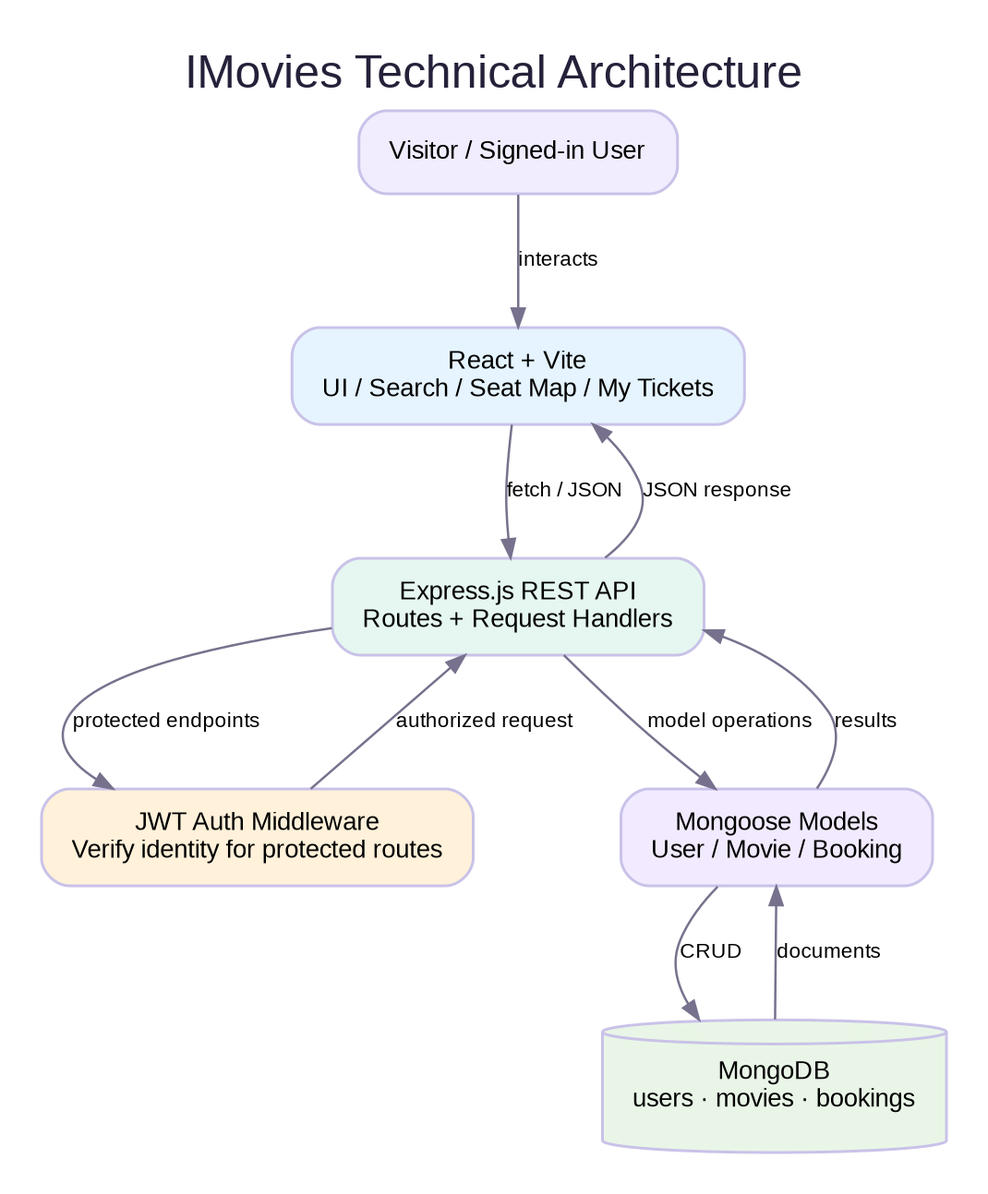
AmayGuptaEN24CS3010116/IMovies keeps this Graphviz diagram as assets/diagrams/technical-architecture.png. Above is the earlier version. Its source is kept beside it as assets/diagrams/technical-architecture.dot.
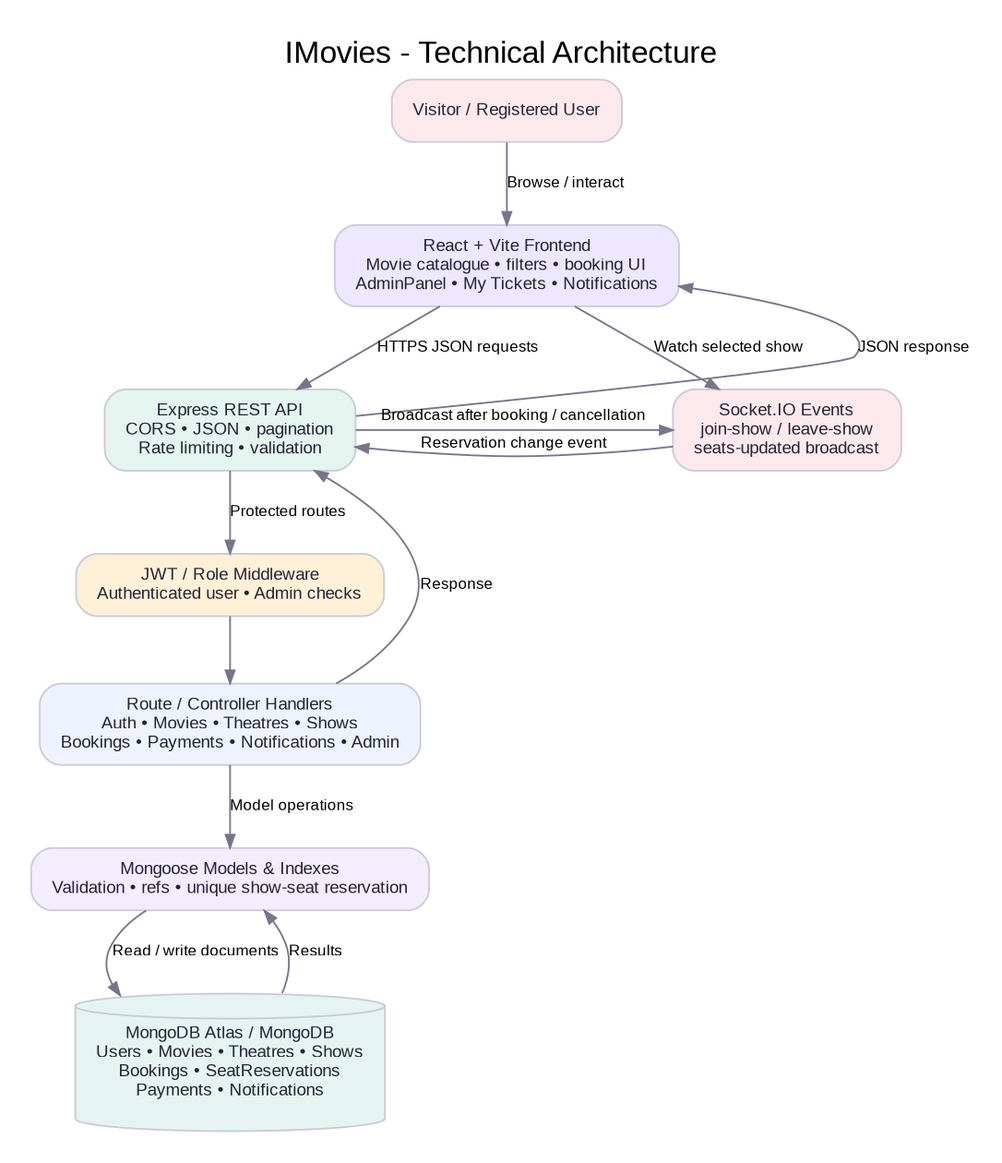
Above is the later version.

The edit, as a diff of the source:
```diff
@@ -1,20 +1,25 @@
-digraph G {
-  graph [rankdir=TB, bgcolor="white", pad="0.25", nodesep="0.55", ranksep="0.65", label="IMovies Technical Architecture", labelloc=t, fontsize=20, fontname="Arial", fontcolor="#25213A"];
-  node [shape=box, style="rounded,filled", fontname="Arial", fontsize=11, margin="0.18,0.12", color="#C9C2E8", penwidth=1.2];
-  edge [fontname="Arial", fontsize=9, color="#77718D", arrowsize=0.8];
-  user [label="Visitor / Signed-in User", fillcolor="#F1EDFF"];
-  react [label="React + Vite\nUI / Search / Seat Map / My Tickets", fillcolor="#E5F4FF"];
-  express [label="Express.js REST API\nRoutes + Request Handlers", fillcolor="#E5F7F0"];
-  auth [label="JWT Auth Middleware\nVerify identity for protected routes", fillcolor="#FFF1DA"];
-  mongoose [label="Mongoose Models\nUser / Movie / Booking", fillcolor="#F2EAFE"];
-  mongo [shape=cylinder,label="MongoDB\nusers · movies · bookings", fillcolor="#E9F6E7"];
-  user -> react [label="interacts"];
-  react -> express [label="fetch / JSON"];
-  express -> auth [label="protected endpoints"];
-  auth -> express [label="authorized request"];
-  express -> mongoose [label="model operations"];
-  mongoose -> mongo [label="CRUD"];
-  mongo -> mongoose [label="documents"];
-  mongoose -> express [label="results"];
-  express -> react [label="JSON response", constraint=false];
+digraph IMoviesArchitecture {
+  graph [rankdir=TB, bgcolor="#ffffff", pad="0.25", nodesep="0.42", ranksep="0.52", fontname="Arial", label="IMovies - Technical Architecture", labelloc=t, fontsize=18];
+  node [shape=box, style="rounded,filled", fontname="Arial", fontsize=10, color="#c9cbd8", fillcolor="#f4f3fb", fontcolor="#242536", margin="0.16,0.10"];
+  edge [fontname="Arial", fontsize=9, color="#77758a", arrowsize=0.75];
+  visitor [label="Visitor / Registered User", fillcolor="#fce9ec"];
+  react [label="React + Vite Frontend\nMovie catalogue • filters • booking UI\nAdminPanel • My Tickets • Notifications", fillcolor="#ede8ff"];
+  api [label="Express REST API\nCORS • JSON • pagination\nRate limiting • validation", fillcolor="#e4f4ee"];
+  auth [label="JWT / Role Middleware\nAuthenticated user • Admin checks", fillcolor="#fff0d8"];
+  routes [label="Route / Controller Handlers\nAuth • Movies • Theatres • Shows\nBookings • Payments • Notifications • Admin", fillcolor="#eef3ff"];
+  socket [label="Socket.IO Events\njoin-show / leave-show\nseats-updated broadcast", fillcolor="#fce9ec"];
+  mongoose [label="Mongoose Models & Indexes\nValidation • refs • unique show-seat reservation", fillcolor="#f3edff"];
+  db [shape=cylinder, label="MongoDB Atlas / MongoDB\nUsers • Movies • Theatres • Shows\nBookings • SeatReservations\nPayments • Notifications", fillcolor="#e5f4f1"];
+  visitor -> react [label="Browse / interact"];
+  react -> api [label="HTTPS JSON requests"];
+  api -> auth [label="Protected routes"];
+  auth -> routes;
+  routes -> mongoose [label="Model operations"];
+  mongoose -> db [label="Read / write documents"];
+  db -> mongoose [label="Results"];
+  routes -> api [label="Response", constraint=false];
+  api -> react [label="JSON response", constraint=false];
+  react -> socket [label="Watch selected show"];
+  socket -> api [label="Reservation change event", constraint=false];
+  api -> socket [label="Broadcast after booking / cancellation", constraint=false];
 }
```
